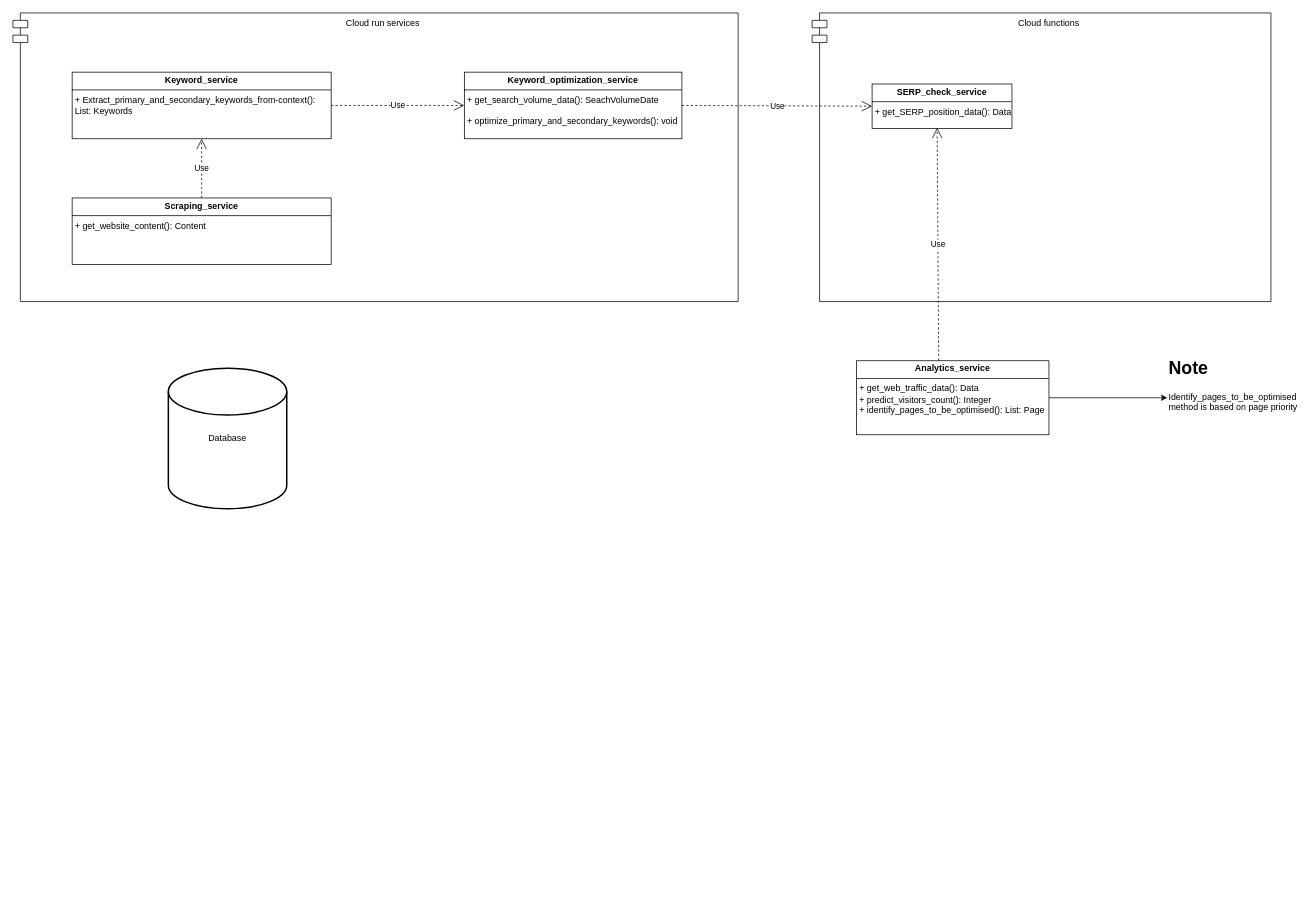
Warglaive/Fontys_deliverables_spienzer keeps this draw.io diagram as Design/Components_diagram/Service_diagram.drawio. Above is the earlier version. Source tidied: cells renumbered, new cells numbered last; positions are measured from the earlier drawing's top-left corner, leaving out a move shared by most shapes. Both pictures are drawn from the tidied source at 74%, with x=0, y=0 at pixel (13, 13).
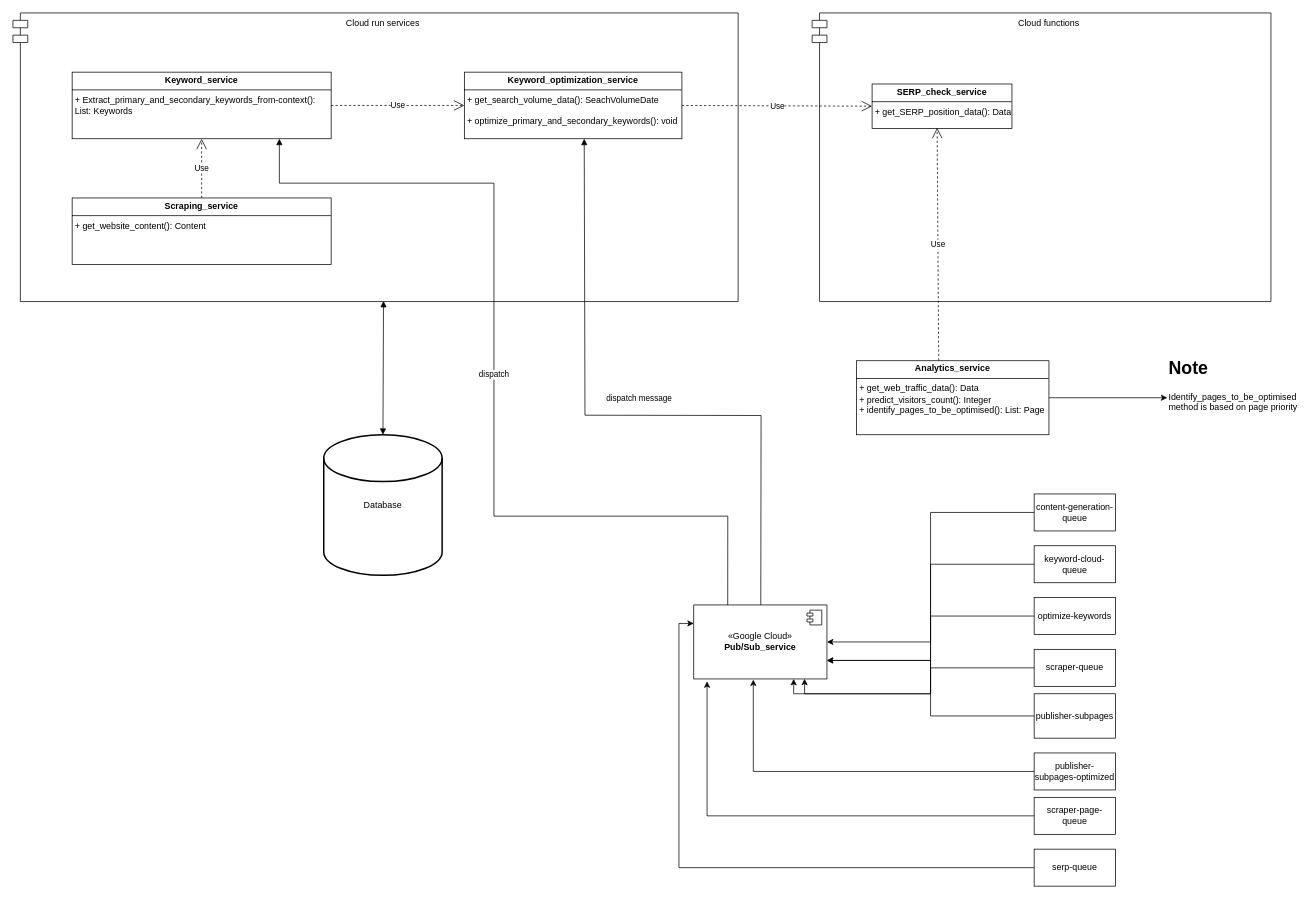
Above is the later version.

The change refers to these unchanged cells:
```xml
<mxCell id="2" value="Cloud run services" style="shape=module;align=left;spacingLeft=20;align=center;verticalAlign=top;whiteSpace=wrap;html=1;" parent="1" vertex="1">
  <mxGeometry width="980" height="390" as="geometry" />
</mxCell>
<mxCell id="7" value="&lt;p style=&quot;margin:0px;margin-top:4px;text-align:center;&quot;&gt;&lt;b&gt;Keyword_optimization_service&lt;/b&gt;&lt;/p&gt;&lt;hr size=&quot;1&quot; style=&quot;border-style:solid;&quot;&gt;&lt;p style=&quot;margin:0px;margin-left:4px;&quot;&gt;&lt;/p&gt;&lt;p style=&quot;margin:0px;margin-left:4px;&quot;&gt;+ get_search_volume_data(): SeachVolumeDate&lt;/p&gt;&lt;p style=&quot;margin:0px;margin-left:4px;&quot;&gt;&lt;br&gt;&lt;/p&gt;&lt;p style=&quot;margin:0px;margin-left:4px;&quot;&gt;+ optimize_primary_and_secondary_keywords(): void&lt;/p&gt;" style="verticalAlign=top;align=left;overflow=fill;html=1;whiteSpace=wrap;" parent="1" vertex="1">
  <mxGeometry x="610" y="80" width="294" height="90" as="geometry" />
</mxCell>
```

What changed in the source:
```diff
@@
     <mxCell id="15" value="Database" style="strokeWidth=2;html=1;shape=mxgraph.flowchart.database;whiteSpace=wrap;" parent="1" vertex="1">
-      <mxGeometry x="210" y="480" width="160" height="190" as="geometry" />
+      <mxGeometry x="420" y="570" width="160" height="190" as="geometry" />
     </mxCell>
+    <mxCell id="16" style="endArrow=block;startArrow=block;endFill=1;startFill=1;html=1;rounded=0;entryX=0.5;entryY=0;entryDx=0;entryDy=0;entryPerimeter=0;exitX=0.511;exitY=0.998;exitDx=0;exitDy=0;exitPerimeter=0;" parent="1" edge="1" source="2" target="15">
+      <mxGeometry relative="1" as="geometry" />
+    </mxCell>
+    <mxCell id="17" value="«Google Cloud»&lt;br&gt;&lt;b&gt;Pub/Sub_&lt;/b&gt;&lt;b style=&quot;background-color: initial;&quot;&gt;service&lt;/b&gt;" style="html=1;whiteSpace=wrap;" parent="1" vertex="1">
+      <mxGeometry x="920" y="800" width="180" height="100" as="geometry" />
+    </mxCell>
+    <mxCell id="18" style="shape=module;jettyWidth=8;jettyHeight=4;" parent="17" vertex="1">
+      <mxGeometry x="1" width="20" height="20" relative="1" as="geometry">
+        <mxPoint x="-27" y="7" as="offset" />
+      </mxGeometry>
+    </mxCell>
+    <mxCell id="19" style="edgeStyle=orthogonalEdgeStyle;rounded=0;jettySize=auto;html=1;entryX=1;entryY=0.5;entryDx=0;entryDy=0;" parent="1" edge="1" source="20" target="17">
+      <mxGeometry relative="1" as="geometry" />
+    </mxCell>
+    <mxCell id="20" value="content-generation-queue" style="html=1;whiteSpace=wrap;" parent="1" vertex="1">
+      <mxGeometry x="1380" y="650" width="110" height="50" as="geometry" />
+    </mxCell>
+    <mxCell id="21" style="edgeStyle=orthogonalEdgeStyle;rounded=0;jettySize=auto;html=1;entryX=1;entryY=0.75;entryDx=0;entryDy=0;" parent="1" edge="1" source="22" target="17">
+      <mxGeometry relative="1" as="geometry" />
+    </mxCell>
+    <mxCell id="22" value="keyword-cloud-queue" style="html=1;whiteSpace=wrap;" parent="1" vertex="1">
+      <mxGeometry x="1380" y="720" width="110" height="50" as="geometry" />
+    </mxCell>
+    <mxCell id="23" style="edgeStyle=orthogonalEdgeStyle;rounded=0;jettySize=auto;html=1;entryX=0.75;entryY=1;entryDx=0;entryDy=0;" parent="1" edge="1" source="24" target="17">
+      <mxGeometry relative="1" as="geometry" />
+    </mxCell>
+    <mxCell id="24" value="optimize-keywords" style="html=1;whiteSpace=wrap;" parent="1" vertex="1">
+      <mxGeometry x="1380" y="790" width="110" height="50" as="geometry" />
+    </mxCell>
+    <mxCell id="25" style="edgeStyle=orthogonalEdgeStyle;rounded=0;jettySize=auto;html=1;entryX=1;entryY=0.75;entryDx=0;entryDy=0;" parent="1" edge="1" source="26" target="17">
+      <mxGeometry relative="1" as="geometry" />
+    </mxCell>
+    <mxCell id="26" value="publisher-subpages" style="html=1;whiteSpace=wrap;" parent="1" vertex="1">
+      <mxGeometry x="1380" y="920" width="110" height="60" as="geometry" />
+    </mxCell>
+    <mxCell id="27" value="publisher-subpages-optimized" style="html=1;whiteSpace=wrap;" parent="1" vertex="1">
+      <mxGeometry x="1380" y="1000" width="110" height="50" as="geometry" />
+    </mxCell>
+    <mxCell id="28" value="scraper-page-queue" style="html=1;whiteSpace=wrap;" parent="1" vertex="1">
+      <mxGeometry x="1380" y="1060" width="110" height="50" as="geometry" />
+    </mxCell>
+    <mxCell id="29" value="scraper-queue" style="html=1;whiteSpace=wrap;" parent="1" vertex="1">
+      <mxGeometry x="1380" y="860" width="110" height="50" as="geometry" />
+    </mxCell>
+    <mxCell id="30" style="edgeStyle=orthogonalEdgeStyle;rounded=0;jettySize=auto;html=1;entryX=0;entryY=0.25;entryDx=0;entryDy=0;" parent="1" edge="1" source="31" target="17">
+      <mxGeometry relative="1" as="geometry" />
+    </mxCell>
+    <mxCell id="31" value="serp-queue" style="html=1;whiteSpace=wrap;" parent="1" vertex="1">
+      <mxGeometry x="1380" y="1130" width="110" height="50" as="geometry" />
+    </mxCell>
+    <mxCell id="32" style="edgeStyle=orthogonalEdgeStyle;rounded=0;jettySize=auto;html=1;entryX=0.447;entryY=1.009;entryDx=0;entryDy=0;entryPerimeter=0;" parent="1" edge="1" source="27" target="17">
+      <mxGeometry relative="1" as="geometry" />
+    </mxCell>
+    <mxCell id="33" style="edgeStyle=orthogonalEdgeStyle;rounded=0;jettySize=auto;html=1;entryX=0.832;entryY=0.998;entryDx=0;entryDy=0;entryPerimeter=0;" parent="1" edge="1" source="29" target="17">
+      <mxGeometry relative="1" as="geometry" />
+    </mxCell>
+    <mxCell id="34" style="edgeStyle=orthogonalEdgeStyle;rounded=0;jettySize=auto;html=1;entryX=0.1;entryY=1.033;entryDx=0;entryDy=0;entryPerimeter=0;" parent="1" edge="1" source="28" target="17">
+      <mxGeometry relative="1" as="geometry" />
+    </mxCell>
+    <mxCell id="35" value="dispatch message" style="html=1;verticalAlign=bottom;endArrow=block;curved=0;rounded=0;exitX=0.431;exitY=-0.036;exitDx=0;exitDy=0;exitPerimeter=0;entryX=0.551;entryY=1;entryDx=0;entryDy=0;entryPerimeter=0;" parent="1" edge="1" target="7">
+      <mxGeometry x="-0.03" y="-14" relative="1" as="geometry">
+        <mxPoint x="1010.6" y="800" as="sourcePoint" />
+        <Array as="points">
+          <mxPoint x="1011" y="544" />
+          <mxPoint x="773" y="543.6" />
+        </Array>
+      </mxGeometry>
+    </mxCell>
+    <mxCell id="36" value="dispatch" style="html=1;verticalAlign=bottom;endArrow=block;curved=0;rounded=0;" parent="1" edge="1">
+      <mxGeometry relative="1" as="geometry">
+        <mxPoint x="965.9" y="800" as="sourcePoint" />
+        <mxPoint x="360" y="170" as="targetPoint" />
+        <Array as="points">
+          <mxPoint x="966" y="680" />
+          <mxPoint x="650" y="680" />
+          <mxPoint x="650" y="230" />
+          <mxPoint x="360" y="230" />
+        </Array>
+      </mxGeometry>
+    </mxCell>
```
